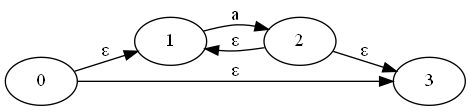
Dark-WizZ/BE keeps this Graphviz diagram as sem6/com_dis/lab/exes/Digraph.gv.png. Above is the earlier version. Its source is kept beside it as sem6/com_dis/lab/exes/Digraph.gv.
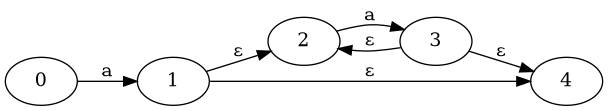
The same file after the commit.

What changed in the source:
```diff
@@ -1,8 +1,9 @@
 digraph {
 	graph [rankdir=LR]
-	0 -> 1 [label="ε"]
-	0 -> 3 [label="ε"]
-	1 -> 2 [label=a]
-	2 -> 1 [label="ε"]
-	2 -> 3 [label="ε"]
+	0 -> 1 [label=a]
+	1 -> 2 [label="ε"]
+	1 -> 4 [label="ε"]
+	2 -> 3 [label=a]
+	3 -> 2 [label="ε"]
+	3 -> 4 [label="ε"]
 }
```
